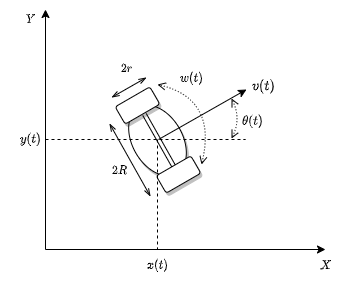
The draw.io diagram Untitled Diagram.png in Dia-You/001, before a commit. Source tidied: cells renumbered, new cells last; positions are measured from the earlier drawing's top-left corner, leaving out a move shared by most shapes.
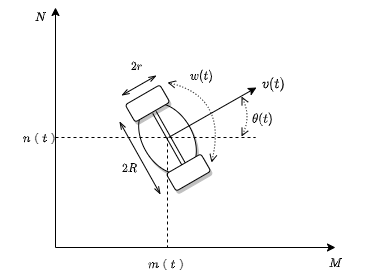
After the change.

Diff of the diagram source:
```diff
@@ -100,16 +100,16 @@
         </Array>
       </mxGeometry>
     </mxCell>
-    <mxCell id="21" value="&lt;font face=&quot;Times New Roman&quot;&gt;$$x(t)$$&lt;/font&gt;" style="text;html=1;align=center;verticalAlign=middle;fillColor=none;strokeColor=none;rounded=0;" parent="1" vertex="1">
-      <mxGeometry x="127" y="246" width="60" height="20" as="geometry" />
+    <mxCell id="21" value="&lt;font face=&quot;Times New Roman&quot;&gt;$$ m（t）$$&lt;/font&gt;" style="text;html=1;align=center;verticalAlign=middle;fillColor=none;strokeColor=none;rounded=0;" parent="1" vertex="1">
+      <mxGeometry x="117" y="246" width="80" height="20" as="geometry" />
     </mxCell>
-    <mxCell id="22" value="&lt;font face=&quot;Times New Roman&quot;&gt;$$y(t)$$&lt;/font&gt;" style="text;html=1;align=center;verticalAlign=middle;fillColor=none;strokeColor=none;rounded=0;" parent="1" vertex="1">
-      <mxGeometry y="120" width="60" height="20" as="geometry" />
+    <mxCell id="22" value="&lt;font face=&quot;Times New Roman&quot;&gt;$$ n（t）$$&lt;/font&gt;" style="text;html=1;align=center;verticalAlign=middle;fillColor=none;strokeColor=none;rounded=0;" parent="1" vertex="1">
+      <mxGeometry x="-10" y="120" width="80" height="20" as="geometry" />
     </mxCell>
-    <mxCell id="23" value="&lt;font face=&quot;Times New Roman&quot;&gt;$$X$$&lt;/font&gt;" style="text;html=1;align=center;verticalAlign=middle;fillColor=none;strokeColor=none;rounded=0;" parent="1" vertex="1">
-      <mxGeometry x="300" y="246" width="50" height="20" as="geometry" />
+    <mxCell id="23" value="&lt;font face=&quot;Times New Roman&quot;&gt;$$ M $$&lt;/font&gt;" style="text;html=1;align=center;verticalAlign=middle;fillColor=none;strokeColor=none;rounded=0;" parent="1" vertex="1">
+      <mxGeometry x="295" y="246" width="60" height="20" as="geometry" />
     </mxCell>
-    <mxCell id="24" value="&lt;font face=&quot;Times New Roman&quot;&gt;$$Y$$&lt;/font&gt;" style="text;html=1;align=center;verticalAlign=middle;fillColor=none;strokeColor=none;rounded=0;" parent="1" vertex="1">
+    <mxCell id="24" value="&lt;font face=&quot;Times New Roman&quot;&gt;$$ N $$&lt;/font&gt;" style="text;html=1;align=center;verticalAlign=middle;fillColor=none;strokeColor=none;rounded=0;" parent="1" vertex="1">
       <mxGeometry x="5" width="50" height="20" as="geometry" />
     </mxCell>
     <mxCell id="25" value="&lt;font face=&quot;Times New Roman&quot;&gt;$$2R&lt;br&gt;$$&lt;/font&gt;" style="text;html=1;align=center;verticalAlign=middle;fillColor=none;strokeColor=none;rounded=0;" parent="1" vertex="1">
```
